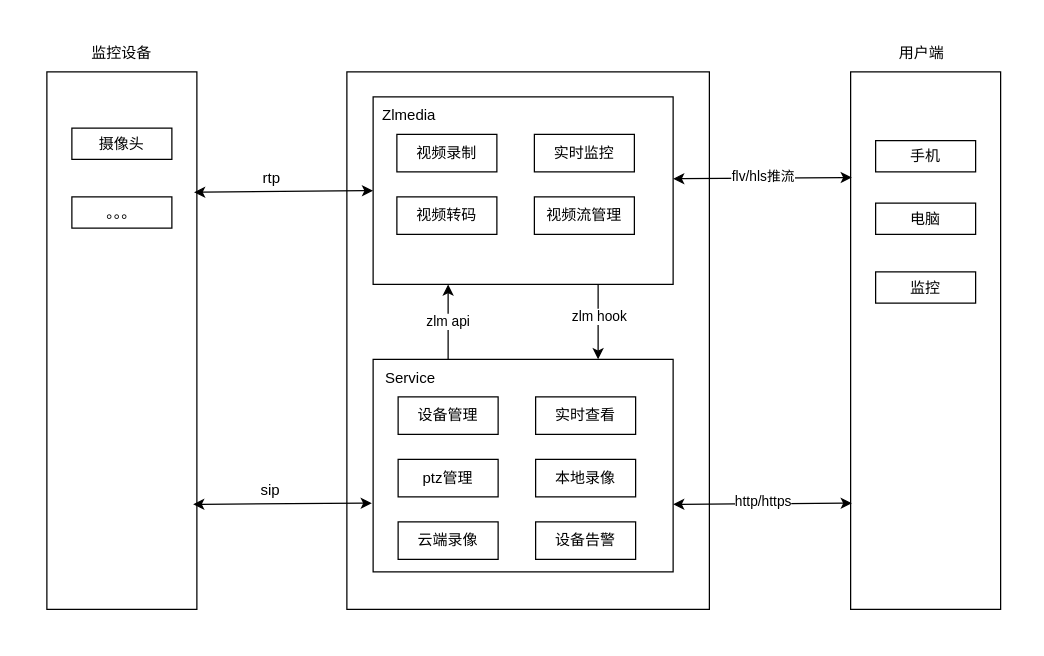
Earlier version of the draw.io diagram device_connect_video.drawio (Jooolee/my-drawio). Source tidied: cells renumbered, new cells numbered last; positions are measured from the earlier drawing's top-left corner, leaving out a move shared by most shapes. Both pictures are drawn from the tidied source at 125%, with x=0, y=0 at pixel (46, 34).
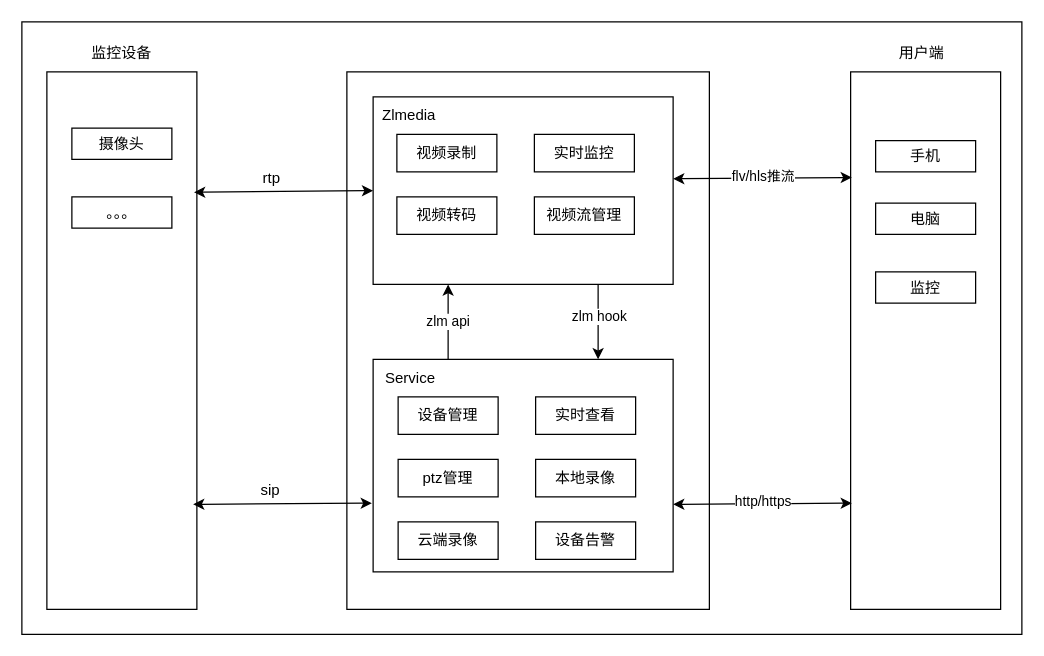
The same diagram, later.

Diff of the diagram source:
```diff
@@
+    <mxCell id="39" style="rounded=0;whiteSpace=wrap;html=1;" parent="1" vertex="1">
+      <mxGeometry x="-20" y="-10" width="800" height="490" as="geometry" />
+    </mxCell>
```
